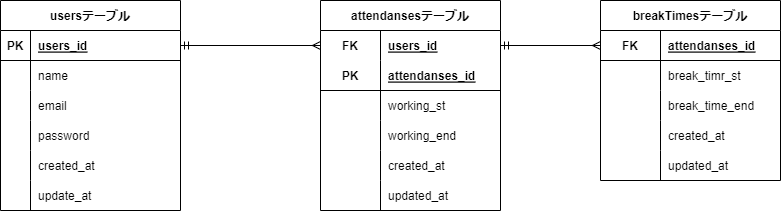
Before: ER.drawio.png, a diagram exported from draw.io (kuni9997/Attend-sys-test). Source tidied: cells renumbered, new cells last; positions are measured from the earlier drawing's top-left corner, leaving out a move shared by most shapes.
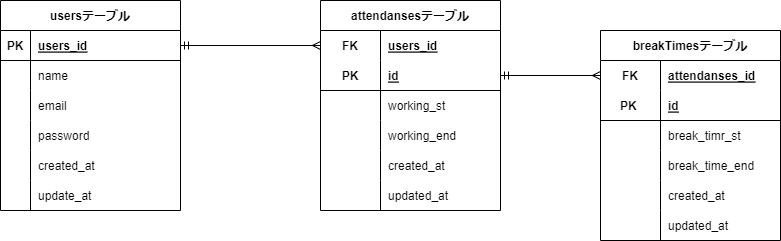
The same diagram one commit later.

What changed in the source:
```diff
@@ -20,7 +20,7 @@
     <mxCell id="7" value="PK" style="shape=partialRectangle;fillColor=none;top=0;left=0;bottom=0;right=0;fontStyle=1;overflow=hidden;" parent="6" vertex="1">
       <mxGeometry width="60" height="30" as="geometry" />
     </mxCell>
-    <mxCell id="8" value="attendanses_id" style="shape=partialRectangle;fillColor=none;top=0;left=0;bottom=0;right=0;align=left;spacingLeft=6;fontStyle=5;overflow=hidden;" parent="6" vertex="1">
+    <mxCell id="8" value="id" style="shape=partialRectangle;fillColor=none;top=0;left=0;bottom=0;right=0;align=left;spacingLeft=6;fontStyle=5;overflow=hidden;" parent="6" vertex="1">
       <mxGeometry x="60" width="120" height="30" as="geometry" />
     </mxCell>
     <mxCell id="9" style="shape=tableRow;horizontal=0;startSize=0;swimlaneHead=0;swimlaneBody=0;fillColor=none;top=0;left=0;right=0;bottom=0;" parent="2" vertex="1">
@@ -120,9 +120,9 @@
       <mxGeometry relative="1" as="geometry" />
     </mxCell>
     <mxCell id="41" value="breakTimesテーブル" style="shape=table;startSize=30;rowLines=0;fontStyle=1;align=center;" parent="1" vertex="1">
-      <mxGeometry x="600" width="180" height="180" as="geometry" />
+      <mxGeometry x="600" y="30" width="180" height="210" as="geometry" />
     </mxCell>
-    <mxCell id="42" style="shape=tableRow;horizontal=0;startSize=0;swimlaneHead=0;swimlaneBody=0;fillColor=none;points=[[0,0.5],[1,0.5]];portConstraint=eastwest;top=0;left=0;right=0;bottom=1;" parent="41" vertex="1">
+    <mxCell id="42" style="shape=tableRow;horizontal=0;startSize=0;swimlaneHead=0;swimlaneBody=0;fillColor=none;points=[[0,0.5],[1,0.5]];portConstraint=eastwest;top=0;left=0;right=0;bottom=1;strokeColor=none;" parent="41" vertex="1">
       <mxGeometry y="30" width="180" height="30" as="geometry" />
     </mxCell>
     <mxCell id="43" value="FK" style="shape=partialRectangle;fillColor=none;top=0;left=0;bottom=0;right=0;fontStyle=1;overflow=hidden;" parent="42" vertex="1">
@@ -131,8 +131,17 @@
     <mxCell id="44" value="attendanses_id" style="shape=partialRectangle;fillColor=none;top=0;left=0;bottom=0;right=0;align=left;spacingLeft=6;fontStyle=5;overflow=hidden;" parent="42" vertex="1">
       <mxGeometry x="60" width="120" height="30" as="geometry" />
     </mxCell>
+    <mxCell id="58" style="shape=tableRow;horizontal=0;startSize=0;swimlaneHead=0;swimlaneBody=0;fillColor=none;top=0;left=0;right=0;bottom=1;" parent="41" vertex="1">
+      <mxGeometry y="60" width="180" height="30" as="geometry" />
+    </mxCell>
+    <mxCell id="59" value="PK " style="shape=partialRectangle;fillColor=none;top=0;left=0;bottom=0;right=0;fontStyle=1;overflow=hidden;" parent="58" vertex="1">
+      <mxGeometry width="60" height="30" as="geometry" />
+    </mxCell>
+    <mxCell id="60" value="id" style="shape=partialRectangle;fillColor=none;top=0;left=0;bottom=0;right=0;align=left;spacingLeft=6;fontStyle=5;overflow=hidden;" parent="58" vertex="1">
+      <mxGeometry x="60" width="120" height="30" as="geometry" />
+    </mxCell>
     <mxCell id="45" style="shape=tableRow;horizontal=0;startSize=0;swimlaneHead=0;swimlaneBody=0;fillColor=none;top=0;left=0;right=0;bottom=0;" parent="41" vertex="1">
-      <mxGeometry y="60" width="180" height="30" as="geometry" />
+      <mxGeometry y="90" width="180" height="30" as="geometry" />
     </mxCell>
     <mxCell id="46" style="shape=partialRectangle;fillColor=none;top=0;left=0;bottom=0;right=0;overflow=hidden;" parent="45" vertex="1">
       <mxGeometry width="60" height="30" as="geometry" />
@@ -141,7 +150,7 @@
       <mxGeometry x="60" width="120" height="30" as="geometry" />
     </mxCell>
     <mxCell id="48" style="shape=tableRow;horizontal=0;startSize=0;swimlaneHead=0;swimlaneBody=0;fillColor=none;top=0;left=0;right=0;bottom=0;" parent="41" vertex="1">
-      <mxGeometry y="90" width="180" height="30" as="geometry" />
+      <mxGeometry y="120" width="180" height="30" as="geometry" />
     </mxCell>
     <mxCell id="49" style="shape=partialRectangle;fillColor=none;top=0;left=0;bottom=0;right=0;overflow=hidden;" parent="48" vertex="1">
       <mxGeometry width="60" height="30" as="geometry" />
@@ -150,7 +159,7 @@
       <mxGeometry x="60" width="120" height="30" as="geometry" />
     </mxCell>
     <mxCell id="51" style="shape=tableRow;horizontal=0;startSize=0;swimlaneHead=0;swimlaneBody=0;fillColor=none;top=0;left=0;right=0;bottom=0;" parent="41" vertex="1">
-      <mxGeometry y="120" width="180" height="30" as="geometry" />
+      <mxGeometry y="150" width="180" height="30" as="geometry" />
     </mxCell>
     <mxCell id="52" style="shape=partialRectangle;fillColor=none;top=0;left=0;bottom=0;right=0;overflow=hidden;" parent="51" vertex="1">
       <mxGeometry width="60" height="30" as="geometry" />
@@ -159,7 +168,7 @@
       <mxGeometry x="60" width="120" height="30" as="geometry" />
     </mxCell>
     <mxCell id="54" style="shape=tableRow;horizontal=0;startSize=0;swimlaneHead=0;swimlaneBody=0;fillColor=none;top=0;left=0;right=0;bottom=0;" parent="41" vertex="1">
-      <mxGeometry y="150" width="180" height="30" as="geometry" />
+      <mxGeometry y="180" width="180" height="30" as="geometry" />
     </mxCell>
     <mxCell id="55" style="shape=partialRectangle;fillColor=none;top=0;left=0;bottom=0;right=0;overflow=hidden;" parent="54" vertex="1">
       <mxGeometry width="60" height="30" as="geometry" />
@@ -167,7 +176,7 @@
     <mxCell id="56" value="updated_at" style="shape=partialRectangle;fillColor=none;top=0;left=0;bottom=0;right=0;align=left;spacingLeft=6;overflow=hidden;" parent="54" vertex="1">
       <mxGeometry x="60" width="120" height="30" as="geometry" />
     </mxCell>
-    <mxCell id="57" style="edgeStyle=none;html=1;exitX=1;exitY=0.5;exitDx=0;exitDy=0;entryX=0;entryY=0.5;entryDx=0;entryDy=0;startArrow=ERmandOne;startFill=0;endArrow=ERmany;endFill=0;" parent="1" edge="1" source="3" target="42">
+    <mxCell id="57" style="edgeStyle=none;html=1;exitX=1;exitY=0.5;exitDx=0;exitDy=0;entryX=0;entryY=0.5;entryDx=0;entryDy=0;startArrow=ERmandOne;startFill=0;endArrow=ERmany;endFill=0;" parent="1" edge="1" source="6" target="42">
       <mxGeometry relative="1" as="geometry" />
     </mxCell>
   </root>
```
